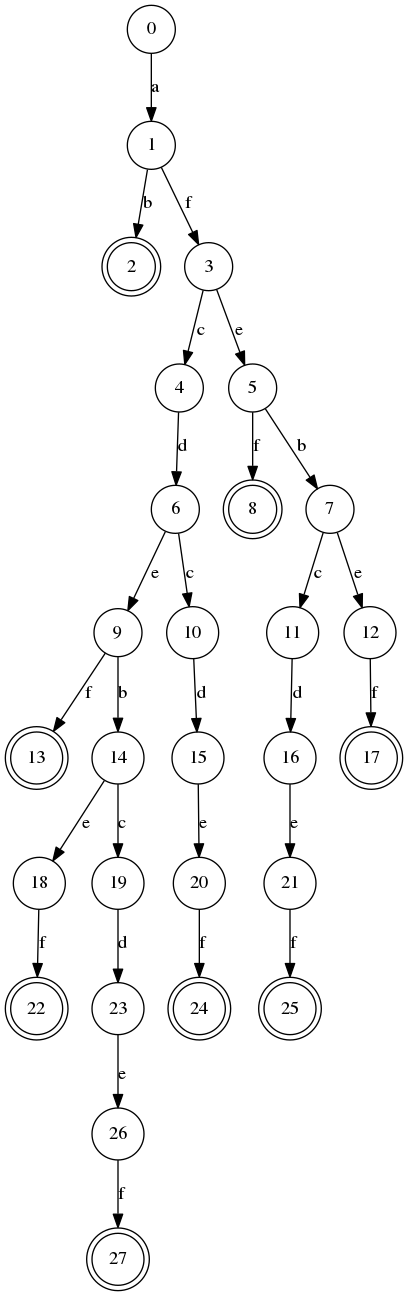
The Graphviz diagram states.png in dvberkel/bergen, before a commit. Its source is kept beside it as states.dot. Source of this version:
```dot
digraph {
  node [shape=circle];
  2 [shape=doublecircle];
  8 [shape=doublecircle];
  13 [shape=doublecircle];
  17 [shape=doublecircle];
  22 [shape=doublecircle];
  24 [shape=doublecircle];
  25 [shape=doublecircle];
  27 [shape=doublecircle];
  0 -> 1 [label="a"];
  1 -> 2 [label="b"];
  1 -> 3 [label="f"];
  3 -> 4 [label="c"];
  3 -> 5 [label="e"];
  4 -> 6 [label="d"];
  5 -> 7 [label="b"];
  5 -> 8 [label="f"];
  6 -> 9 [label="e"];
  6 -> 10 [label="c"];
  7 -> 11 [label="c"];
  7 -> 12 [label="e"];
  9 -> 13 [label="f"];
  9 -> 14 [label="b"];
  10 -> 15 [label="d"];
  11 -> 16 [label="d"];
  12 -> 17 [label="f"];
  14 -> 18 [label="e"];
  14 -> 19 [label="c"];
  15 -> 20 [label="e"];
  16 -> 21 [label="e"];
  18 -> 22 [label="f"];
  19 -> 23 [label="d"];
  20 -> 24 [label="f"];
  21 -> 25 [label="f"];
  23 -> 26 [label="e"];
  26 -> 27 [label="f"];
}
```
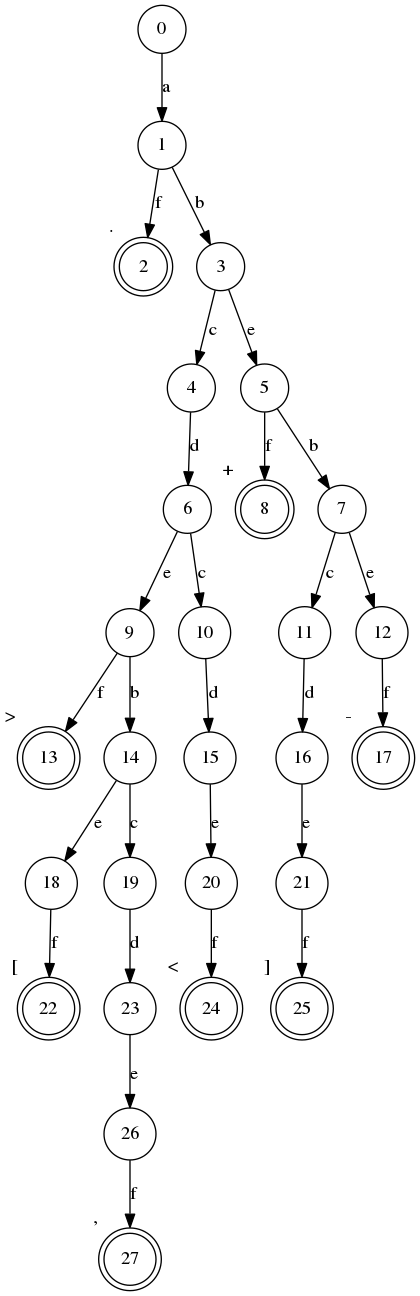
Later version of the same file.

Commit message:
Provide xlabels for final nodes

The edit, as a diff of the source:
```diff
@@ -1,16 +1,16 @@
 digraph {
   node [shape=circle];
-  2 [shape=doublecircle];
-  8 [shape=doublecircle];
-  13 [shape=doublecircle];
-  17 [shape=doublecircle];
-  22 [shape=doublecircle];
-  24 [shape=doublecircle];
-  25 [shape=doublecircle];
-  27 [shape=doublecircle];
+  2 [shape=doublecircle,xlabel="."];
+  8 [shape=doublecircle,xlabel="+"];
+  13 [shape=doublecircle,xlabel=">"];
+  17 [shape=doublecircle,xlabel="-"];
+  22 [shape=doublecircle,xlabel="["];
+  24 [shape=doublecircle,xlabel="<"];
+  25 [shape=doublecircle,xlabel="]"];
+  27 [shape=doublecircle,xlabel=","];
   0 -> 1 [label="a"];
-  1 -> 2 [label="b"];
-  1 -> 3 [label="f"];
+  1 -> 2 [label="f"];
+  1 -> 3 [label="b"];
   3 -> 4 [label="c"];
   3 -> 5 [label="e"];
   4 -> 6 [label="d"];
```
